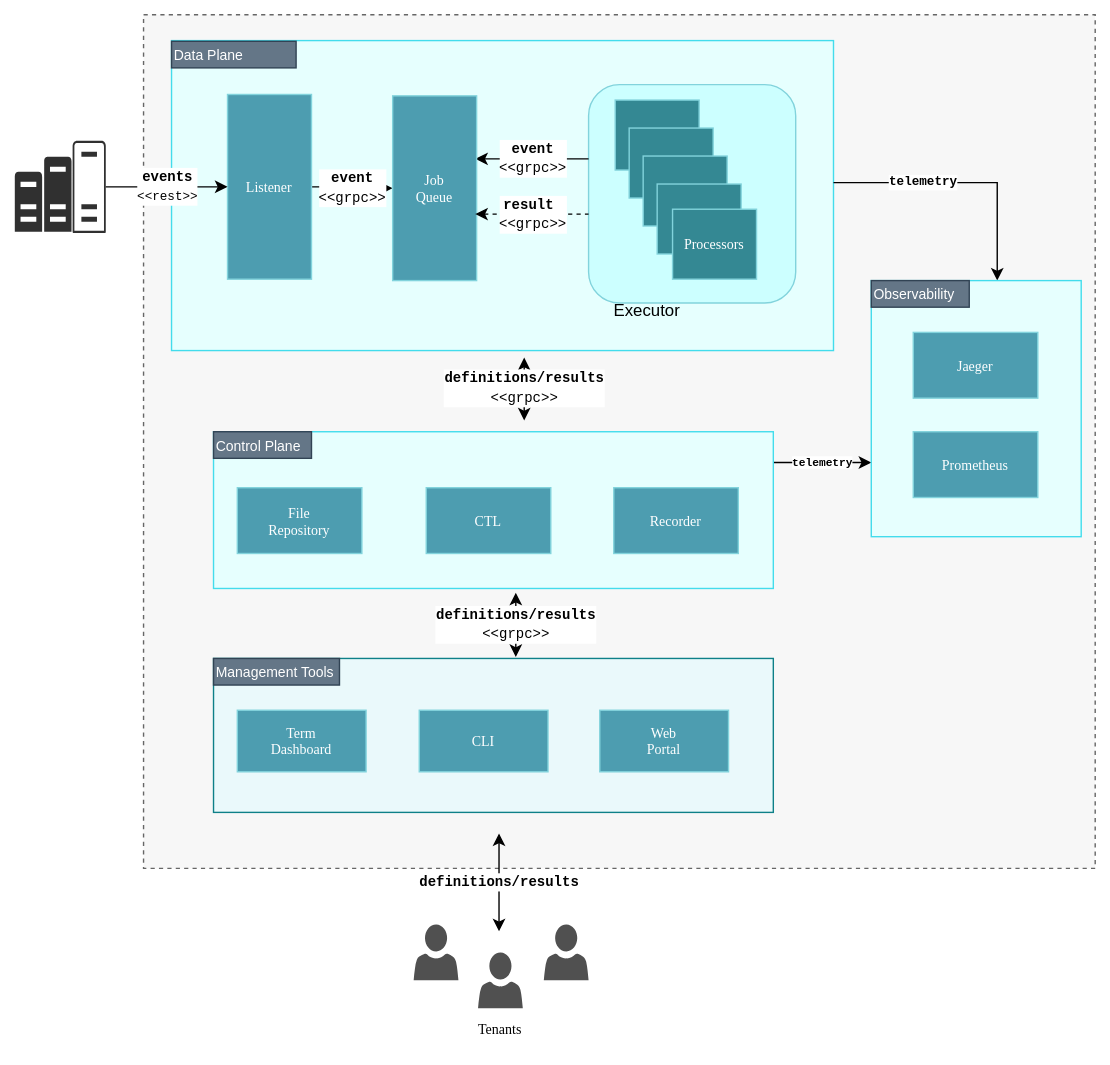
The draw.io diagram docs/img/architecture.svg in andrescosta/jobico-fn, before a commit. Source tidied: cells renumbered, new cells last; positions are measured from the earlier drawing's top-left corner, leaving out a move shared by most shapes.
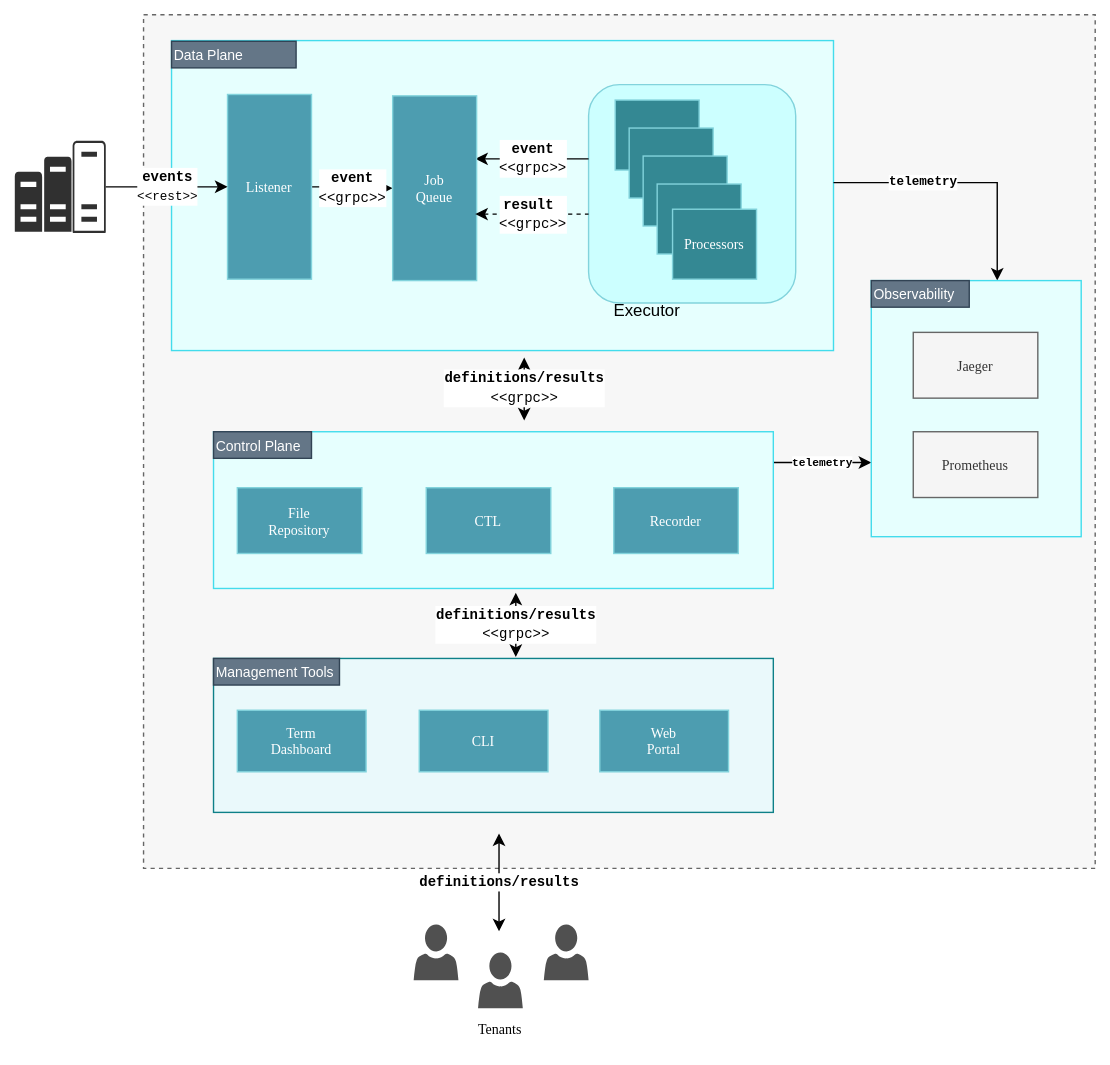
After the change.

Commit message:
updated arch diagram

What changed in the source:
```diff
@@ -140,10 +140,10 @@
     <mxCell id="39" value="Observability" style="rounded=0;whiteSpace=wrap;html=1;align=left;fillColor=#647687;fontColor=#ffffff;strokeColor=#314354;fontSize=10;" parent="1" vertex="1">
       <mxGeometry x="612" y="190" width="70" height="19" as="geometry" />
     </mxCell>
-    <mxCell id="40" value="Jaeger" style="rounded=0;whiteSpace=wrap;html=1;fillColor=#4D9DB0;strokeColor=#82D3DC;fontColor=#FFFFFF;align=center;verticalAlign=middle;fontFamily=Lucida Console;fontSize=10;" parent="1" vertex="1">
+    <mxCell id="40" value="Jaeger" style="rounded=0;whiteSpace=wrap;html=1;fillColor=#f5f5f5;strokeColor=#666666;align=center;verticalAlign=middle;fontFamily=Lucida Console;fontSize=10;fontColor=#333333;" parent="1" vertex="1">
       <mxGeometry x="642" y="227" width="89" height="47" as="geometry" />
     </mxCell>
-    <mxCell id="41" value="Prometheus" style="rounded=0;whiteSpace=wrap;html=1;fillColor=#4D9DB0;strokeColor=#82D3DC;fontColor=#FFFFFF;align=center;verticalAlign=middle;fontFamily=Lucida Console;fontSize=10;" parent="1" vertex="1">
+    <mxCell id="41" value="Prometheus" style="rounded=0;whiteSpace=wrap;html=1;fillColor=#f5f5f5;strokeColor=#666666;align=center;verticalAlign=middle;fontFamily=Lucida Console;fontSize=10;fontColor=#333333;" parent="1" vertex="1">
       <mxGeometry x="642" y="298" width="89" height="47" as="geometry" />
     </mxCell>
   </root>
```
